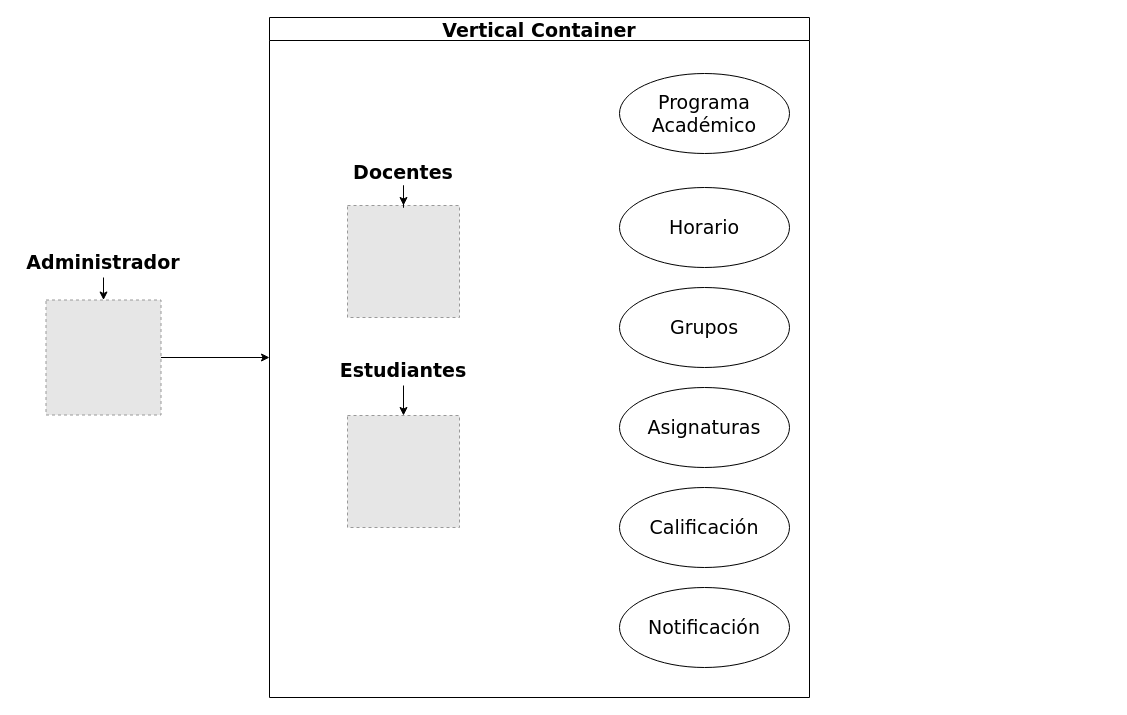
The draw.io diagram page "Page-1" (1 of 2) of Clase/Loopback/EduFree.drawio in LorenaBtz/DAW, before the edit. Source tidied: cells renumbered, new cells numbered last; positions are measured from the earlier drawing's top-left corner, leaving out a move shared by most shapes. Both pictures are drawn from the tidied source at 100%, with x=0, y=0 at pixel (19, 17). Pictures stored in the file or linked from it are replaced by grey dashed boxes.
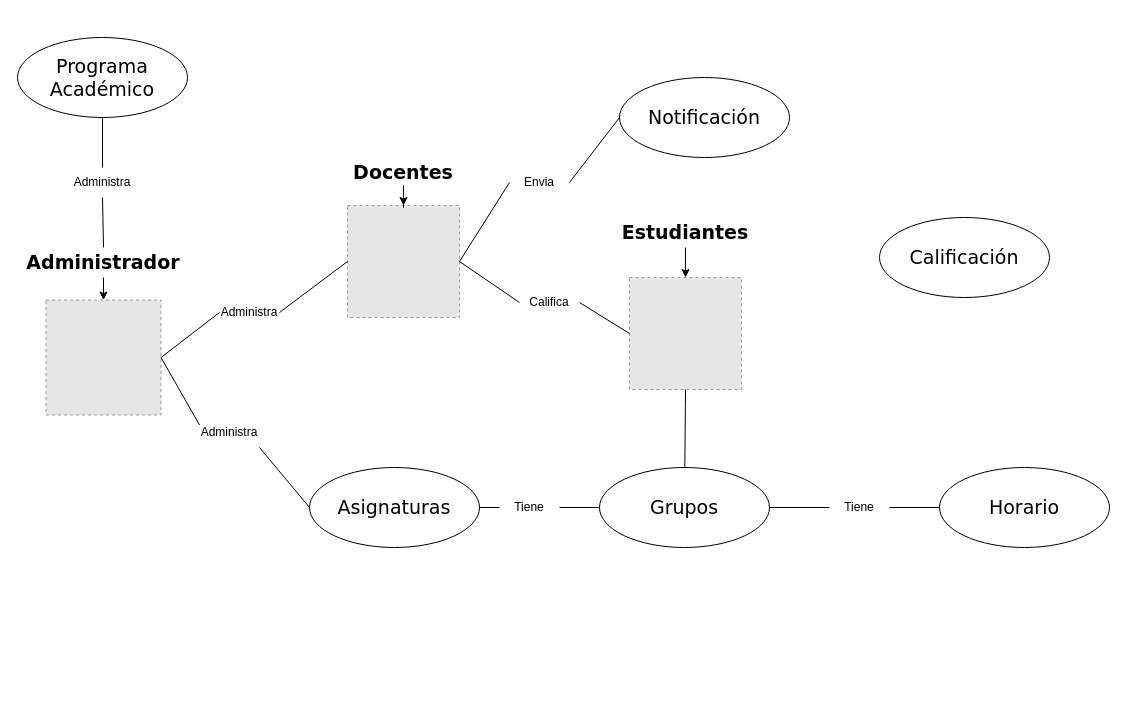
Above is the later version.

Change to the diagram source:
```diff
@@
-    <mxCell id="2" style="fillColor=#E6E6E6;strokeColor=#999999;dashed=1;verticalLabelPosition=bottom;labelBackgroundColor=#ffffff;verticalAlign=top;" parent="1" vertex="1">
-      <mxGeometry x="328" y="188" width="112" height="112" as="geometry" />
-    </mxCell>
-    <mxCell id="3" style="fillColor=#E6E6E6;strokeColor=#999999;dashed=1;verticalLabelPosition=bottom;labelBackgroundColor=#ffffff;verticalAlign=top;" parent="1" vertex="1">
-      <mxGeometry x="328" y="398" width="112" height="112" as="geometry" />
-    </mxCell>
-    <mxCell id="4" style="edgeStyle=orthogonalEdgeStyle;rounded=0;jettySize=auto;html=1;exitX=1;exitY=0.5;exitDx=0;exitDy=0;entryX=0;entryY=0.5;entryDx=0;entryDy=0;fontFamily=Verdana;fontSize=19;" parent="1" edge="1" source="5" target="18">
-      <mxGeometry relative="1" as="geometry" />
-    </mxCell>
-    <mxCell id="5" style="fillColor=#E6E6E6;strokeColor=#999999;dashed=1;verticalLabelPosition=bottom;labelBackgroundColor=#ffffff;verticalAlign=top;" parent="1" vertex="1">
-      <mxGeometry x="26.5" y="282.5" width="115" height="115" as="geometry" />
-    </mxCell>
-    <mxCell id="6" style="edgeStyle=orthogonalEdgeStyle;rounded=0;jettySize=auto;html=1;exitX=0.5;exitY=1;exitDx=0;exitDy=0;fontFamily=Verdana;fontSize=19;" parent="1" edge="1" source="7" target="5">
-      <mxGeometry relative="1" as="geometry" />
-    </mxCell>
-    <mxCell id="7" value="&lt;b&gt;&lt;font face=&quot;Verdana&quot; style=&quot;font-size: 19px&quot;&gt;Administrador&lt;/font&gt;&lt;/b&gt;" style="text;html=1;strokeColor=none;fillColor=none;align=center;verticalAlign=middle;whiteSpace=wrap;rounded=0;" parent="1" vertex="1">
-      <mxGeometry y="230" width="168" height="30" as="geometry" />
-    </mxCell>
-    <mxCell id="8" style="edgeStyle=orthogonalEdgeStyle;rounded=0;jettySize=auto;html=1;fontFamily=Verdana;fontSize=19;" parent="1" edge="1" source="9" target="2">
-      <mxGeometry relative="1" as="geometry" />
-    </mxCell>
-    <mxCell id="9" value="&lt;b&gt;&lt;font face=&quot;Verdana&quot; style=&quot;font-size: 19px&quot;&gt;Docentes&lt;/font&gt;&lt;/b&gt;" style="text;html=1;strokeColor=none;fillColor=none;align=center;verticalAlign=middle;whiteSpace=wrap;rounded=0;" parent="1" vertex="1">
-      <mxGeometry x="300" y="140" width="168" height="30" as="geometry" />
-    </mxCell>
-    <mxCell id="10" style="edgeStyle=orthogonalEdgeStyle;rounded=0;jettySize=auto;html=1;exitX=0.5;exitY=1;exitDx=0;exitDy=0;fontFamily=Verdana;fontSize=19;" parent="1" edge="1" source="11" target="3">
-      <mxGeometry relative="1" as="geometry" />
-    </mxCell>
-    <mxCell id="11" value="&lt;font face=&quot;Verdana&quot;&gt;&lt;span style=&quot;font-size: 19px&quot;&gt;&lt;b&gt;Estudiantes&lt;/b&gt;&lt;/span&gt;&lt;/font&gt;" style="text;html=1;strokeColor=none;fillColor=none;align=center;verticalAlign=middle;whiteSpace=wrap;rounded=0;" parent="1" vertex="1">
-      <mxGeometry x="300" y="338" width="168" height="30" as="geometry" />
-    </mxCell>
     <mxCell id="12" value="Programa Académico" style="ellipse;whiteSpace=wrap;html=1;fontFamily=Verdana;fontSize=19;" parent="1" vertex="1">
-      <mxGeometry x="600" y="56" width="170" height="80" as="geometry" />
+      <mxGeometry x="-2" y="20" width="170" height="80" as="geometry" />
     </mxCell>
     <mxCell id="13" value="Horario" style="ellipse;whiteSpace=wrap;html=1;fontFamily=Verdana;fontSize=19;" parent="1" vertex="1">
-      <mxGeometry x="600" y="170" width="170" height="80" as="geometry" />
+      <mxGeometry x="920" y="450" width="170" height="80" as="geometry" />
     </mxCell>
     <mxCell id="14" value="Grupos" style="ellipse;whiteSpace=wrap;html=1;fontFamily=Verdana;fontSize=19;" parent="1" vertex="1">
-      <mxGeometry x="600" y="270" width="170" height="80" as="geometry" />
+      <mxGeometry x="580" y="450" width="170" height="80" as="geometry" />
     </mxCell>
     <mxCell id="15" value="Asignaturas" style="ellipse;whiteSpace=wrap;html=1;fontFamily=Verdana;fontSize=19;" parent="1" vertex="1">
-      <mxGeometry x="600" y="370" width="170" height="80" as="geometry" />
+      <mxGeometry x="290" y="450" width="170" height="80" as="geometry" />
     </mxCell>
     <mxCell id="16" value="Calificación" style="ellipse;whiteSpace=wrap;html=1;fontFamily=Verdana;fontSize=19;" parent="1" vertex="1">
-      <mxGeometry x="600" y="470" width="170" height="80" as="geometry" />
+      <mxGeometry x="860" y="200" width="170" height="80" as="geometry" />
     </mxCell>
     <mxCell id="17" value="Notificación" style="ellipse;whiteSpace=wrap;html=1;fontFamily=Verdana;fontSize=19;" parent="1" vertex="1">
-      <mxGeometry x="600" y="570" width="170" height="80" as="geometry" />
+      <mxGeometry x="600" y="60" width="170" height="80" as="geometry" />
     </mxCell>
-    <mxCell id="18" value="Vertical Container" style="swimlane;fontFamily=Verdana;fontSize=19;" parent="1" vertex="1">
-      <mxGeometry x="250" width="540" height="680" as="geometry" />
-    </mxCell>
+    <mxCell id="19" style="group;" parent="1" vertex="1">
+      <mxGeometry x="300" y="140" width="168" height="160" as="geometry" />
+    </mxCell>
+    <mxCell id="2" style="fillColor=#E6E6E6;strokeColor=#999999;dashed=1;verticalLabelPosition=bottom;labelBackgroundColor=#ffffff;verticalAlign=top;" parent="19" vertex="1">
+      <mxGeometry x="28" y="48" width="112" height="112" as="geometry" />
+    </mxCell>
+    <mxCell id="8" style="edgeStyle=orthogonalEdgeStyle;rounded=0;jettySize=auto;html=1;fontFamily=Verdana;fontSize=19;" parent="19" edge="1" source="9" target="2">
+      <mxGeometry relative="1" as="geometry" />
+    </mxCell>
+    <mxCell id="9" value="&lt;b&gt;&lt;font face=&quot;Verdana&quot; style=&quot;font-size: 19px&quot;&gt;Docentes&lt;/font&gt;&lt;/b&gt;" style="text;html=1;strokeColor=none;fillColor=none;align=center;verticalAlign=middle;whiteSpace=wrap;rounded=0;" parent="19" vertex="1">
+      <mxGeometry width="168" height="30" as="geometry" />
+    </mxCell>
+    <mxCell id="20" style="group;" parent="1" vertex="1">
+      <mxGeometry y="230" width="168" height="167.5" as="geometry" />
+    </mxCell>
+    <mxCell id="5" style="fillColor=#E6E6E6;strokeColor=#999999;dashed=1;verticalLabelPosition=bottom;labelBackgroundColor=#ffffff;verticalAlign=top;" parent="20" vertex="1">
+      <mxGeometry x="26.5" y="52.5" width="115" height="115" as="geometry" />
+    </mxCell>
+    <mxCell id="6" style="edgeStyle=orthogonalEdgeStyle;rounded=0;jettySize=auto;html=1;exitX=0.5;exitY=1;exitDx=0;exitDy=0;fontFamily=Verdana;fontSize=19;" parent="20" edge="1" source="7" target="5">
+      <mxGeometry relative="1" as="geometry" />
+    </mxCell>
+    <mxCell id="7" value="&lt;b&gt;&lt;font face=&quot;Verdana&quot; style=&quot;font-size: 19px&quot;&gt;Administrador&lt;/font&gt;&lt;/b&gt;" style="text;html=1;strokeColor=none;fillColor=none;align=center;verticalAlign=middle;whiteSpace=wrap;rounded=0;" parent="20" vertex="1">
+      <mxGeometry width="168" height="30" as="geometry" />
+    </mxCell>
+    <mxCell id="21" style="group;" parent="1" vertex="1">
+      <mxGeometry x="582" y="200" width="168" height="172" as="geometry" />
+    </mxCell>
+    <mxCell id="3" style="fillColor=#E6E6E6;strokeColor=#999999;dashed=1;verticalLabelPosition=bottom;labelBackgroundColor=#ffffff;verticalAlign=top;" parent="21" vertex="1">
+      <mxGeometry x="28" y="60" width="112" height="112" as="geometry" />
+    </mxCell>
+    <mxCell id="10" style="edgeStyle=orthogonalEdgeStyle;rounded=0;jettySize=auto;html=1;exitX=0.5;exitY=1;exitDx=0;exitDy=0;fontFamily=Verdana;fontSize=19;" parent="21" edge="1" source="11" target="3">
+      <mxGeometry relative="1" as="geometry" />
+    </mxCell>
+    <mxCell id="11" value="&lt;font face=&quot;Verdana&quot;&gt;&lt;span style=&quot;font-size: 19px&quot;&gt;&lt;b&gt;Estudiantes&lt;/b&gt;&lt;/span&gt;&lt;/font&gt;" style="text;html=1;strokeColor=none;fillColor=none;align=center;verticalAlign=middle;whiteSpace=wrap;rounded=0;" parent="21" vertex="1">
+      <mxGeometry width="168" height="30" as="geometry" />
+    </mxCell>
+    <mxCell id="22" style="endArrow=none;html=1;rounded=0;exitX=1;exitY=0.5;exitDx=0;exitDy=0;entryX=0;entryY=0.5;entryDx=0;entryDy=0;startArrow=none;" parent="1" edge="1" source="36" target="2">
+      <mxGeometry relative="1" as="geometry" />
+    </mxCell>
+    <mxCell id="23" style="endArrow=none;html=1;rounded=0;exitX=0.5;exitY=0;exitDx=0;exitDy=0;entryX=0.5;entryY=1;entryDx=0;entryDy=0;startArrow=none;" parent="1" edge="1" source="38" target="12">
+      <mxGeometry relative="1" as="geometry" />
+    </mxCell>
+    <mxCell id="24" style="endArrow=none;html=1;rounded=0;exitX=1;exitY=0.5;exitDx=0;exitDy=0;entryX=0;entryY=0.5;entryDx=0;entryDy=0;startArrow=none;" parent="1" edge="1" source="40" target="3">
+      <mxGeometry relative="1" as="geometry" />
+    </mxCell>
+    <mxCell id="25" style="endArrow=none;html=1;rounded=0;exitX=1;exitY=0.5;exitDx=0;exitDy=0;entryX=0;entryY=0.5;entryDx=0;entryDy=0;startArrow=none;" parent="1" edge="1" source="42" target="17">
+      <mxGeometry relative="1" as="geometry" />
+    </mxCell>
+    <mxCell id="26" style="endArrow=none;html=1;rounded=0;exitX=0.5;exitY=1;exitDx=0;exitDy=0;" parent="1" edge="1" source="3" target="14">
+      <mxGeometry relative="1" as="geometry" />
+    </mxCell>
+    <mxCell id="27" style="endArrow=none;html=1;rounded=0;exitX=1;exitY=1;exitDx=0;exitDy=0;entryX=0;entryY=0.5;entryDx=0;entryDy=0;startArrow=none;" parent="1" edge="1" source="34" target="15">
+      <mxGeometry relative="1" as="geometry" />
+    </mxCell>
+    <mxCell id="28" style="endArrow=none;html=1;rounded=0;exitX=1;exitY=0.5;exitDx=0;exitDy=0;entryX=0;entryY=0.5;entryDx=0;entryDy=0;startArrow=none;" parent="1" edge="1" source="32" target="14">
+      <mxGeometry relative="1" as="geometry" />
+    </mxCell>
+    <mxCell id="29" style="endArrow=none;html=1;rounded=0;exitX=1;exitY=0.5;exitDx=0;exitDy=0;entryX=0;entryY=0.5;entryDx=0;entryDy=0;startArrow=none;" parent="1" edge="1" source="30" target="13">
+      <mxGeometry relative="1" as="geometry" />
+    </mxCell>
+    <mxCell id="30" value="Tiene" style="text;html=1;strokeColor=none;fillColor=none;align=center;verticalAlign=middle;whiteSpace=wrap;rounded=0;" parent="1" vertex="1">
+      <mxGeometry x="810" y="475" width="60" height="30" as="geometry" />
+    </mxCell>
+    <mxCell id="31" style="endArrow=none;html=1;rounded=0;exitX=1;exitY=0.5;exitDx=0;exitDy=0;entryX=0;entryY=0.5;entryDx=0;entryDy=0;" parent="1" edge="1" source="14" target="30">
+      <mxGeometry relative="1" as="geometry" />
+    </mxCell>
+    <mxCell id="32" value="Tiene" style="text;html=1;strokeColor=none;fillColor=none;align=center;verticalAlign=middle;whiteSpace=wrap;rounded=0;" parent="1" vertex="1">
+      <mxGeometry x="480" y="475" width="60" height="30" as="geometry" />
+    </mxCell>
+    <mxCell id="33" style="endArrow=none;html=1;rounded=0;exitX=1;exitY=0.5;exitDx=0;exitDy=0;entryX=0;entryY=0.5;entryDx=0;entryDy=0;" parent="1" edge="1" source="15" target="32">
+      <mxGeometry relative="1" as="geometry" />
+    </mxCell>
+    <mxCell id="34" value="Administra" style="text;html=1;strokeColor=none;fillColor=none;align=center;verticalAlign=middle;whiteSpace=wrap;rounded=0;" parent="1" vertex="1">
+      <mxGeometry x="180" y="400" width="60" height="30" as="geometry" />
+    </mxCell>
+    <mxCell id="35" style="endArrow=none;html=1;rounded=0;exitX=1;exitY=0.5;exitDx=0;exitDy=0;entryX=0;entryY=0.25;entryDx=0;entryDy=0;" parent="1" edge="1" source="5" target="34">
+      <mxGeometry relative="1" as="geometry" />
+    </mxCell>
+    <mxCell id="36" value="Administra" style="text;html=1;strokeColor=none;fillColor=none;align=center;verticalAlign=middle;whiteSpace=wrap;rounded=0;" parent="1" vertex="1">
+      <mxGeometry x="200" y="280" width="60" height="30" as="geometry" />
+    </mxCell>
+    <mxCell id="37" style="endArrow=none;html=1;rounded=0;exitX=1;exitY=0.5;exitDx=0;exitDy=0;entryX=0;entryY=0.5;entryDx=0;entryDy=0;" parent="1" edge="1" source="5" target="36">
+      <mxGeometry relative="1" as="geometry" />
+    </mxCell>
+    <mxCell id="38" value="Administra" style="text;html=1;strokeColor=none;fillColor=none;align=center;verticalAlign=middle;whiteSpace=wrap;rounded=0;" parent="1" vertex="1">
+      <mxGeometry x="53" y="150" width="60" height="30" as="geometry" />
+    </mxCell>
+    <mxCell id="39" style="endArrow=none;html=1;rounded=0;exitX=0.5;exitY=0;exitDx=0;exitDy=0;entryX=0.5;entryY=1;entryDx=0;entryDy=0;" parent="1" edge="1" source="7" target="38">
+      <mxGeometry relative="1" as="geometry" />
+    </mxCell>
+    <mxCell id="40" value="Califica" style="text;html=1;strokeColor=none;fillColor=none;align=center;verticalAlign=middle;whiteSpace=wrap;rounded=0;" parent="1" vertex="1">
+      <mxGeometry x="500" y="270" width="60" height="30" as="geometry" />
+    </mxCell>
+    <mxCell id="41" style="endArrow=none;html=1;rounded=0;exitX=1;exitY=0.5;exitDx=0;exitDy=0;entryX=0;entryY=0.5;entryDx=0;entryDy=0;" parent="1" edge="1" source="2" target="40">
+      <mxGeometry relative="1" as="geometry" />
+    </mxCell>
+    <mxCell id="42" value="Envia" style="text;html=1;strokeColor=none;fillColor=none;align=center;verticalAlign=middle;whiteSpace=wrap;rounded=0;" parent="1" vertex="1">
+      <mxGeometry x="490" y="150" width="60" height="30" as="geometry" />
+    </mxCell>
+    <mxCell id="43" style="endArrow=none;html=1;rounded=0;exitX=1;exitY=0.5;exitDx=0;exitDy=0;entryX=0;entryY=0.5;entryDx=0;entryDy=0;" parent="1" edge="1" source="2" target="42">
+      <mxGeometry relative="1" as="geometry" />
+    </mxCell>
```
